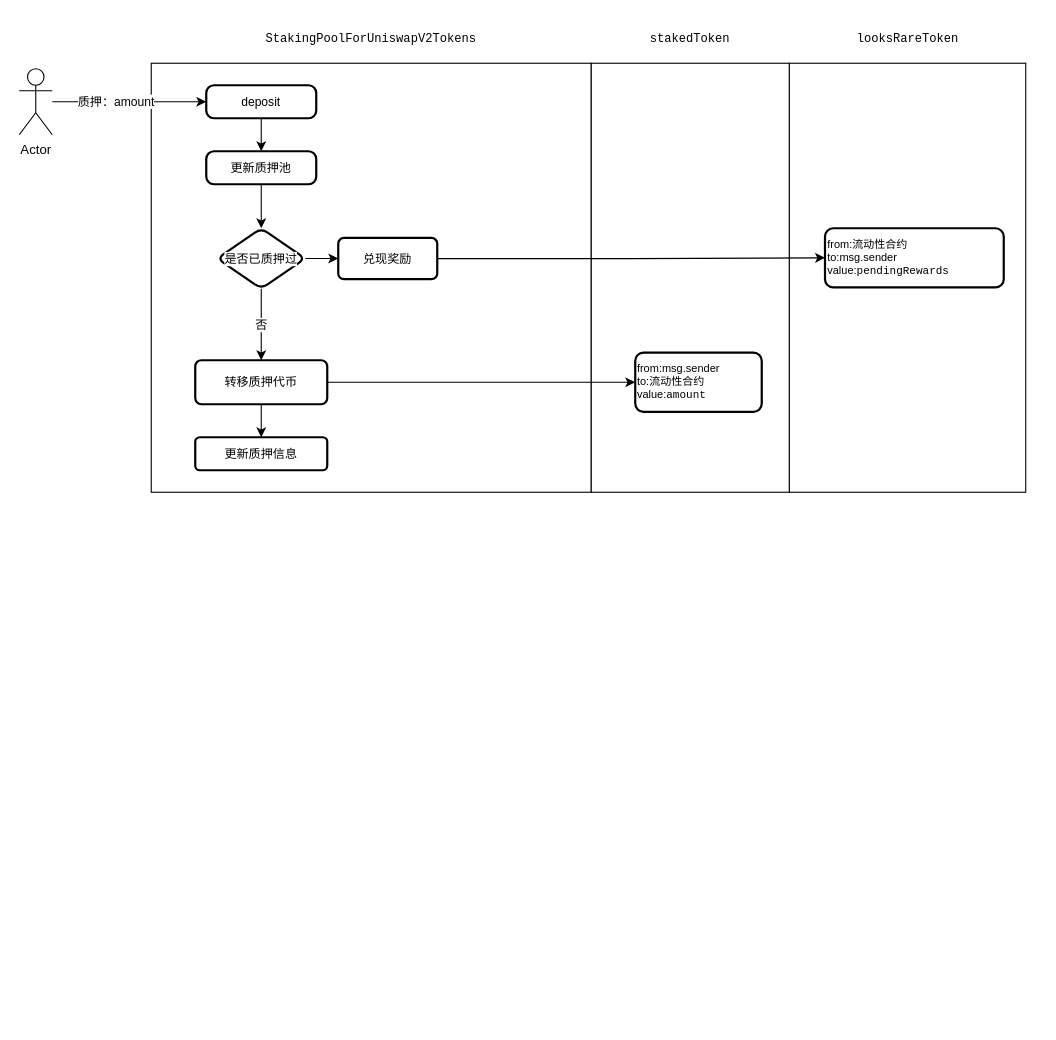
Above: page "流动性奖励" (1 of 3) of Untitled Diagram.drawio in zhgsnake/MirrorWay (draw.io), before the change. Source tidied: cells renumbered, new cells numbered last; positions are measured from the earlier drawing's top-left corner, leaving out a move shared by most shapes. Both pictures are drawn from the tidied source at 110%, with x=0, y=0 at pixel (19, 19).
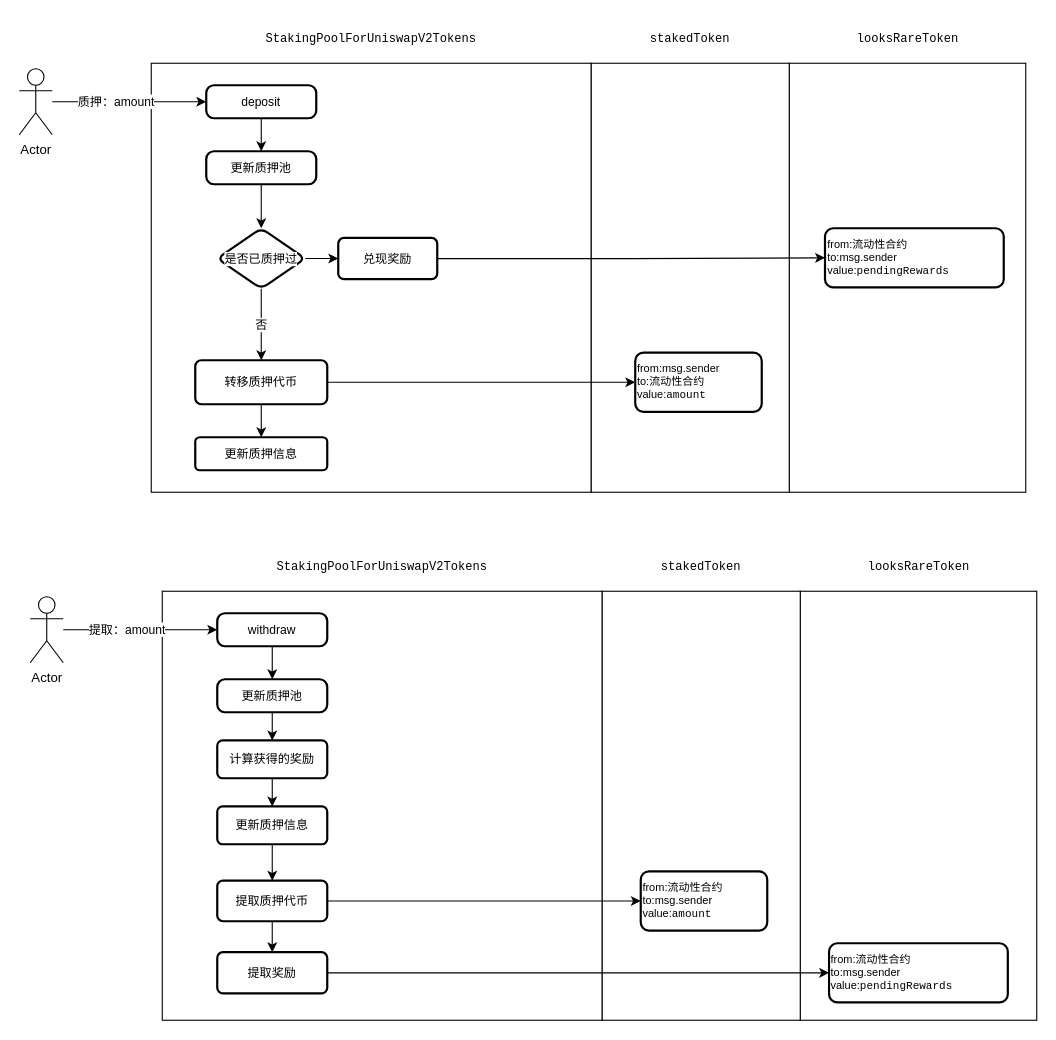
Above is the later version.

Change to the diagram source:
```diff
@@
+    <mxCell id="26" style="html=1;labelBackgroundColor=default;labelBorderColor=none;" parent="1" vertex="1">
+      <mxGeometry x="710" y="520" width="215" height="390" as="geometry" />
+    </mxCell>
+    <mxCell id="27" style="html=1;labelBackgroundColor=default;labelBorderColor=none;" parent="1" vertex="1">
+      <mxGeometry x="130" y="520" width="400" height="390" as="geometry" />
+    </mxCell>
+    <mxCell id="28" style="html=1;labelBackgroundColor=default;labelBorderColor=none;" parent="1" vertex="1">
+      <mxGeometry x="530" y="520" width="180" height="390" as="geometry" />
+    </mxCell>
+    <mxCell id="29" style="edgeStyle=orthogonalEdgeStyle;rounded=0;jettySize=auto;html=1;fontSize=11;entryX=0;entryY=0.5;entryDx=0;entryDy=0;" parent="1" edge="1" source="31" target="35">
+      <mxGeometry relative="1" as="geometry" />
+    </mxCell>
+    <mxCell id="30" value="提取：amount" style="edgeLabel;html=1;align=center;verticalAlign=middle;fontSize=11;" parent="29" vertex="1">
+      <mxGeometry x="-0.18" y="1" relative="1" as="geometry" />
+    </mxCell>
+    <mxCell id="31" value="Actor" style="shape=umlActor;verticalLabelPosition=bottom;verticalAlign=top;html=1;labelBackgroundColor=default;labelBorderColor=none;" parent="1" vertex="1">
+      <mxGeometry x="10" y="525" width="30" height="60" as="geometry" />
+    </mxCell>
+    <mxCell id="32" value="&lt;div style=&quot;color: rgb(0, 0, 0); background-color: rgb(255, 255, 255); font-family: Consolas, &amp;quot;Courier New&amp;quot;, monospace; font-weight: normal; font-size: 11px; line-height: 22px;&quot;&gt;&lt;div style=&quot;font-size: 11px;&quot;&gt;&lt;span style=&quot;color: rgb(0, 0, 0); font-size: 11px;&quot;&gt;StakingPoolForUniswapV2Tokens&lt;/span&gt;&lt;/div&gt;&lt;/div&gt;" style="text;whiteSpace=wrap;html=1;fontSize=11;align=center;" parent="1" vertex="1">
+      <mxGeometry x="230" y="480" width="200" height="40" as="geometry" />
+    </mxCell>
+    <mxCell id="33" value="&lt;div style=&quot;color: rgb(0, 0, 0); background-color: rgb(255, 255, 255); font-family: Consolas, &amp;quot;Courier New&amp;quot;, monospace; font-weight: normal; font-size: 11px; line-height: 22px;&quot;&gt;&lt;div style=&quot;font-size: 11px;&quot;&gt;&lt;span style=&quot;color: rgb(0, 0, 0); font-size: 11px;&quot;&gt;stakedToken&lt;/span&gt;&lt;/div&gt;&lt;/div&gt;" style="text;whiteSpace=wrap;html=1;fontSize=11;align=center;" parent="1" vertex="1">
+      <mxGeometry x="560" y="480" width="120" height="40" as="geometry" />
+    </mxCell>
+    <mxCell id="34" style="edgeStyle=orthogonalEdgeStyle;rounded=0;jettySize=auto;html=1;fontSize=11;" parent="1" edge="1" source="35" target="37">
+      <mxGeometry relative="1" as="geometry" />
+    </mxCell>
+    <mxCell id="35" value="withdraw" style="rounded=1;whiteSpace=wrap;html=1;absoluteArcSize=1;arcSize=14;strokeWidth=2;labelBackgroundColor=default;labelBorderColor=none;fontSize=11;" parent="1" vertex="1">
+      <mxGeometry x="180" y="540" width="100" height="30" as="geometry" />
+    </mxCell>
+    <mxCell id="36" style="edgeStyle=orthogonalEdgeStyle;rounded=0;jettySize=auto;html=1;fontSize=10;" parent="1" edge="1" source="37" target="49">
+      <mxGeometry relative="1" as="geometry" />
+    </mxCell>
+    <mxCell id="37" value="更新质押池" style="rounded=1;whiteSpace=wrap;html=1;absoluteArcSize=1;arcSize=14;strokeWidth=2;labelBackgroundColor=default;labelBorderColor=none;fontSize=11;" parent="1" vertex="1">
+      <mxGeometry x="180" y="600" width="100" height="30" as="geometry" />
+    </mxCell>
+    <mxCell id="38" style="edgeStyle=orthogonalEdgeStyle;rounded=0;jettySize=auto;html=1;exitX=1;exitY=0.5;exitDx=0;exitDy=0;entryX=0;entryY=0.5;entryDx=0;entryDy=0;fontSize=10;" parent="1" edge="1" source="40" target="45">
+      <mxGeometry relative="1" as="geometry" />
+    </mxCell>
+    <mxCell id="39" style="edgeStyle=orthogonalEdgeStyle;rounded=0;jettySize=auto;html=1;exitX=0.5;exitY=1;exitDx=0;exitDy=0;entryX=0.5;entryY=0;entryDx=0;entryDy=0;fontSize=10;" parent="1" edge="1" source="40" target="42">
+      <mxGeometry relative="1" as="geometry" />
+    </mxCell>
+    <mxCell id="40" value="提取质押代币" style="whiteSpace=wrap;html=1;fontSize=11;rounded=1;arcSize=14;strokeWidth=2;labelBackgroundColor=default;labelBorderColor=none;" parent="1" vertex="1">
+      <mxGeometry x="180" y="783.1" width="100" height="36.9" as="geometry" />
+    </mxCell>
+    <mxCell id="41" style="edgeStyle=orthogonalEdgeStyle;rounded=0;jettySize=auto;html=1;fontSize=11;" parent="1" edge="1" source="42" target="44">
+      <mxGeometry relative="1" as="geometry" />
+    </mxCell>
+    <mxCell id="42" value="提取奖励" style="whiteSpace=wrap;html=1;fontSize=11;rounded=1;arcSize=14;strokeWidth=2;labelBackgroundColor=default;labelBorderColor=none;" parent="1" vertex="1">
+      <mxGeometry x="180" y="848.1" width="100" height="37.5" as="geometry" />
+    </mxCell>
+    <mxCell id="43" value="&lt;div style=&quot;color: rgb(0, 0, 0); background-color: rgb(255, 255, 255); font-family: Consolas, &amp;quot;Courier New&amp;quot;, monospace; font-weight: normal; font-size: 11px; line-height: 22px;&quot;&gt;&lt;div style=&quot;font-size: 11px;&quot;&gt;&lt;span style=&quot;color: rgb(0, 0, 0); font-size: 11px;&quot;&gt;looksRareToken&lt;/span&gt;&lt;/div&gt;&lt;/div&gt;" style="text;whiteSpace=wrap;html=1;fontSize=11;align=center;" parent="1" vertex="1">
+      <mxGeometry x="742.5" y="480" width="150" height="40" as="geometry" />
+    </mxCell>
+    <mxCell id="44" value="from:流动性合约&lt;br style=&quot;font-size: 10px;&quot;&gt;to:msg.sender&lt;br&gt;value:&lt;span style=&quot;font-family: Consolas, &amp;quot;Courier New&amp;quot;, monospace; font-size: 10px;&quot;&gt;pendingRewards&lt;/span&gt;" style="whiteSpace=wrap;html=1;fontSize=10;rounded=1;arcSize=14;strokeWidth=2;labelBackgroundColor=default;labelBorderColor=none;align=left;" parent="1" vertex="1">
+      <mxGeometry x="736.2" y="840" width="162.5" height="53.8" as="geometry" />
+    </mxCell>
+    <mxCell id="45" value="from:流动性合约&lt;br style=&quot;font-size: 10px;&quot;&gt;to:msg.sender&lt;br style=&quot;font-size: 10px;&quot;&gt;value:&lt;font face=&quot;Consolas, Courier New, monospace&quot;&gt;amount&lt;/font&gt;" style="whiteSpace=wrap;html=1;fontSize=10;rounded=1;arcSize=14;strokeWidth=2;labelBackgroundColor=default;labelBorderColor=none;align=left;" parent="1" vertex="1">
+      <mxGeometry x="565" y="774.7" width="115" height="53.8" as="geometry" />
+    </mxCell>
+    <mxCell id="46" style="edgeStyle=orthogonalEdgeStyle;rounded=0;jettySize=auto;html=1;exitX=0.5;exitY=1;exitDx=0;exitDy=0;entryX=0.5;entryY=0;entryDx=0;entryDy=0;fontSize=10;" parent="1" edge="1" source="47" target="40">
+      <mxGeometry relative="1" as="geometry" />
+    </mxCell>
+    <mxCell id="47" value="更新质押信息" style="whiteSpace=wrap;html=1;fontSize=11;rounded=1;arcSize=14;strokeWidth=2;labelBackgroundColor=default;labelBorderColor=none;" parent="1" vertex="1">
+      <mxGeometry x="180" y="715.6" width="100" height="34.4" as="geometry" />
+    </mxCell>
+    <mxCell id="48" style="edgeStyle=orthogonalEdgeStyle;rounded=0;jettySize=auto;html=1;exitX=0.5;exitY=1;exitDx=0;exitDy=0;fontSize=10;" parent="1" edge="1" source="49" target="47">
+      <mxGeometry relative="1" as="geometry" />
+    </mxCell>
+    <mxCell id="49" value="计算获得的奖励" style="whiteSpace=wrap;html=1;fontSize=11;rounded=1;arcSize=14;strokeWidth=2;labelBackgroundColor=default;labelBorderColor=none;" parent="1" vertex="1">
+      <mxGeometry x="180" y="655.6" width="100" height="34.4" as="geometry" />
+    </mxCell>
```
